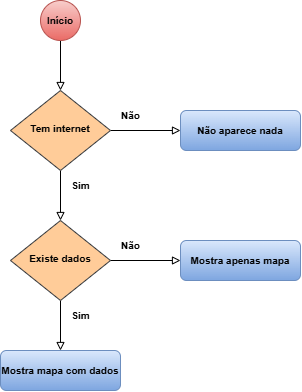
This is HeatmapV1.png from PV22892/Heatmap, a draw.io export, as it was before one commit. Source tidied: cells renumbered, new cells last; positions are measured from the earlier drawing's top-left corner, leaving out a move shared by most shapes.
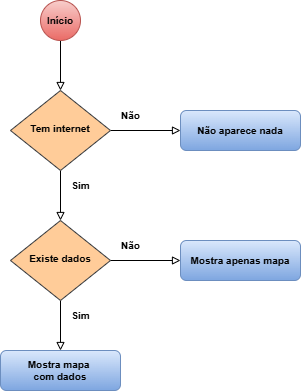
After the commit.

Commit message:
Better Quality

Change to the diagram source:
```diff
@@ -23,7 +23,7 @@
     <mxCell id="8" value="Existe dados" style="rhombus;whiteSpace=wrap;html=1;shadow=0;fontFamily=Helvetica;fontSize=10;align=center;strokeWidth=1;spacing=6;spacingTop=-4;fillColor=#ffcc99;strokeColor=#36393d;fontStyle=1;" parent="1" vertex="1">
       <mxGeometry x="10" y="220" width="100" height="80" as="geometry" />
     </mxCell>
-    <mxCell id="9" value="Mostra mapa com dados" style="rounded=1;whiteSpace=wrap;html=1;fontSize=10;glass=0;strokeWidth=1;shadow=0;fillColor=#dae8fc;gradientColor=#7ea6e0;strokeColor=#6c8ebf;fontStyle=1;" parent="1" vertex="1">
+    <mxCell id="9" value="Mostra mapa&amp;nbsp;&lt;div&gt;com dados&lt;/div&gt;" style="rounded=1;whiteSpace=wrap;html=1;fontSize=10;glass=0;strokeWidth=1;shadow=0;fillColor=#dae8fc;gradientColor=#7ea6e0;strokeColor=#6c8ebf;fontStyle=1;" parent="1" vertex="1">
       <mxGeometry y="350" width="120" height="40" as="geometry" />
     </mxCell>
     <mxCell id="10" style="edgeStyle=orthogonalEdgeStyle;rounded=0;jettySize=auto;html=1;exitX=0.5;exitY=1;exitDx=0;exitDy=0;entryX=0.5;entryY=0;entryDx=0;entryDy=0;fontStyle=1;fontSize=10;endArrow=block;endFill=0;" parent="1" edge="1" source="11" target="4">
```
